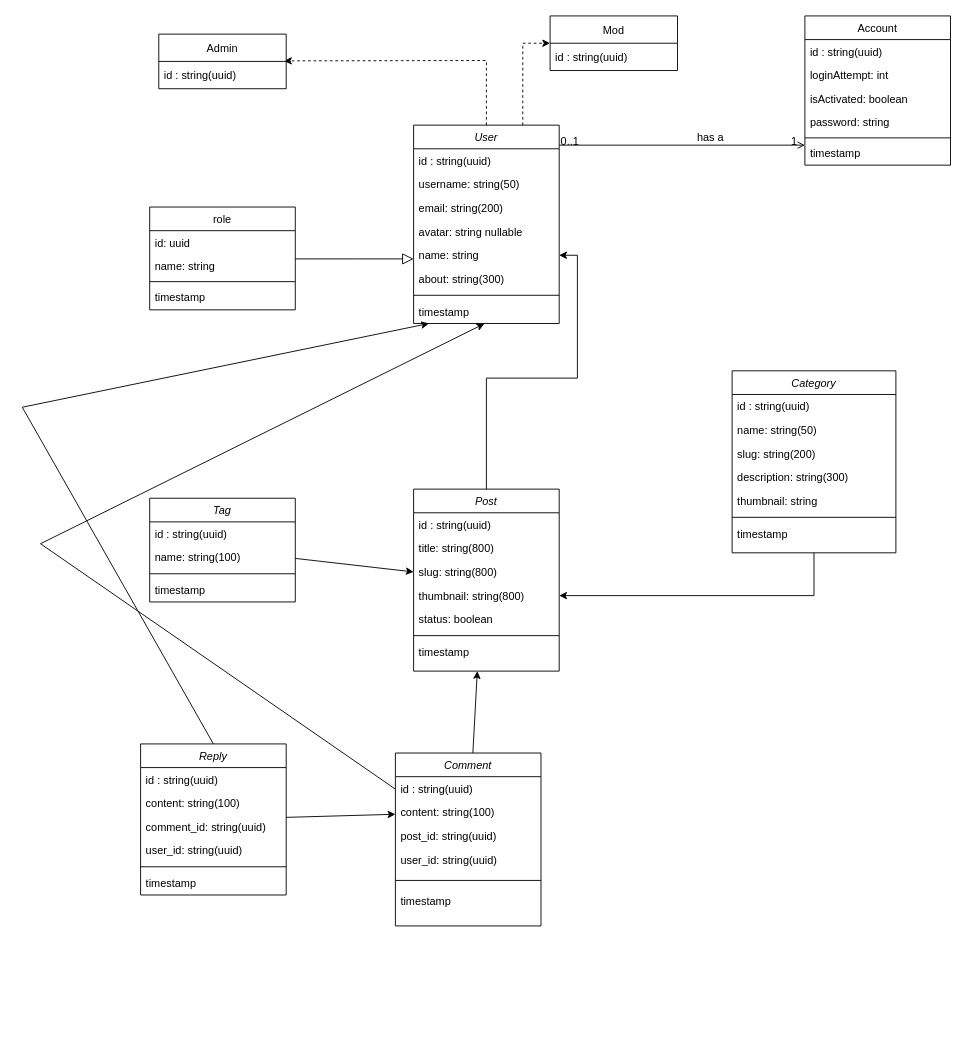
Earlier version of the draw.io diagram Tan_Blog.drawio (Spectrum184/tan_blog). Source tidied: cells renumbered, new cells numbered last; positions are measured from the earlier drawing's top-left corner, leaving out a move shared by most shapes. Both pictures are drawn from the tidied source at 91%, with x=0, y=0 at pixel (22, 15).
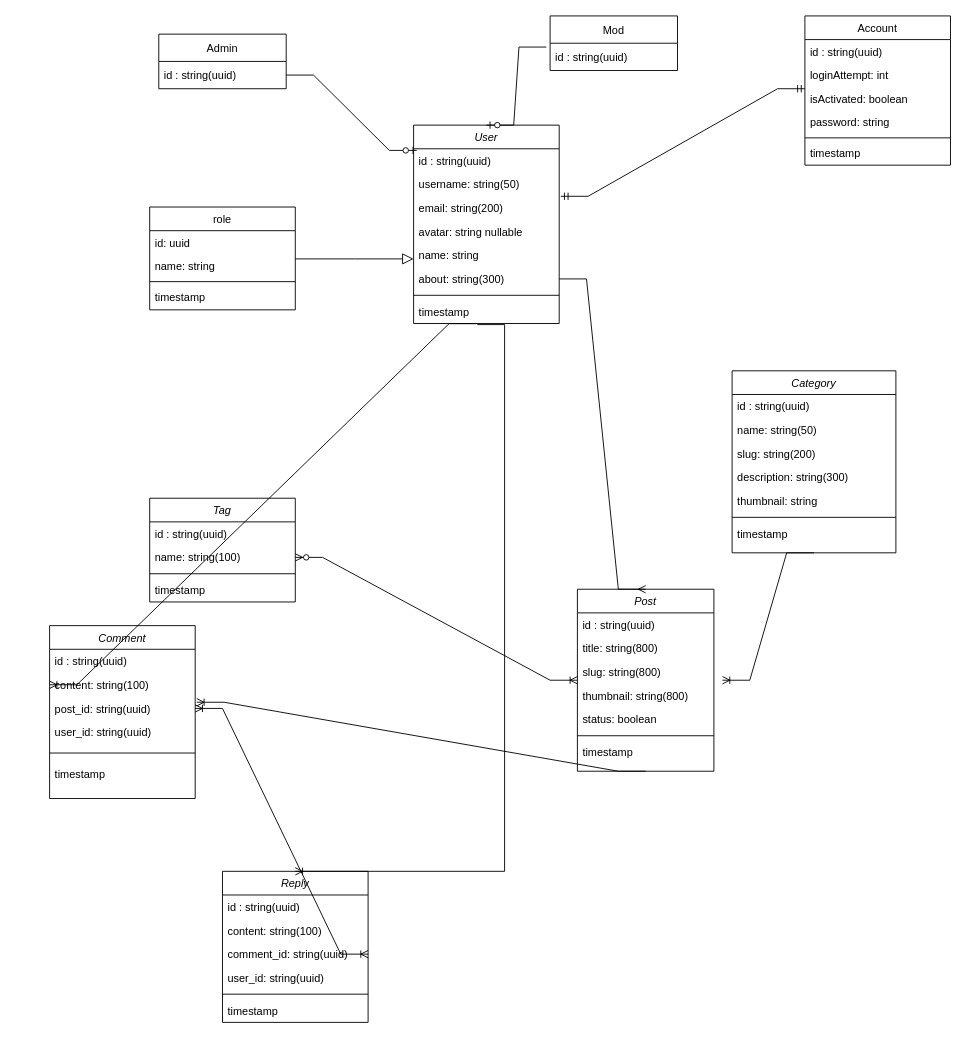
After the change.

Commit message:
refactor relation line

Unchanged cells that the change refers to:
```xml
<mxCell id="9" value="User" style="swimlane;fontStyle=2;align=center;verticalAlign=top;horizontal=1;startSize=26;rounded=0;shadow=0;strokeWidth=1;" parent="1" vertex="1">
  <mxGeometry x="430" y="120" width="160" height="218" as="geometry" />
</mxCell>
<mxCell id="10" value="id : string(uuid)   " style="text;align=left;verticalAlign=top;spacingLeft=4;spacingRight=4;overflow=hidden;points=[[0,0.5],[1,0.5]];portConstraint=eastwest;" parent="9" vertex="1">
  <mxGeometry y="26" width="160" height="26" as="geometry" />
</mxCell>
<mxCell id="12" value="email: string(200)" style="text;align=left;verticalAlign=top;spacingLeft=4;spacingRight=4;overflow=hidden;points=[[0,0.5],[1,0.5]];portConstraint=eastwest;rounded=0;shadow=0;html=0;" parent="9" vertex="1">
  <mxGeometry y="78" width="160" height="26" as="geometry" />
</mxCell>
<mxCell id="14" value="name: string" style="text;align=left;verticalAlign=top;spacingLeft=4;spacingRight=4;overflow=hidden;points=[[0,0.5],[1,0.5]];portConstraint=eastwest;rounded=0;shadow=0;html=0;" parent="9" vertex="1">
  <mxGeometry y="130" width="160" height="26" as="geometry" />
</mxCell>
<mxCell id="15" value="about: string(300)" style="text;align=left;verticalAlign=top;spacingLeft=4;spacingRight=4;overflow=hidden;points=[[0,0.5],[1,0.5]];portConstraint=eastwest;rounded=0;shadow=0;html=0;" parent="9" vertex="1">
  <mxGeometry y="156" width="160" height="26" as="geometry" />
</mxCell>
<mxCell id="17" value="timestamp" style="text;align=left;verticalAlign=top;spacingLeft=4;spacingRight=4;overflow=hidden;points=[[0,0.5],[1,0.5]];portConstraint=eastwest;rounded=0;shadow=0;html=0;" parent="9" vertex="1">
  <mxGeometry y="192" width="160" height="26" as="geometry" />
</mxCell>
<mxCell id="19" value="Account" style="swimlane;fontStyle=0;align=center;verticalAlign=top;horizontal=1;startSize=26;rounded=0;shadow=0;strokeWidth=1;" parent="1" vertex="1">
  <mxGeometry x="860" width="160" height="164" as="geometry" />
</mxCell>
<mxCell id="31" value="id : string(uuid)   " style="text;strokeColor=none;fillColor=none;align=left;verticalAlign=middle;spacingLeft=4;spacingRight=4;overflow=hidden;points=[[0,0.5],[1,0.5]];portConstraint=eastwest;" parent="30" vertex="1">
  <mxGeometry y="30" width="140" height="30" as="geometry" />
</mxCell>
<mxCell id="32" value="Mod" style="swimlane;fontStyle=0;horizontal=1;startSize=30;" parent="1" vertex="1">
  <mxGeometry x="580" width="140" height="60" as="geometry" />
</mxCell>
<mxCell id="33" value="id : string(uuid)   " style="text;strokeColor=none;fillColor=none;align=left;verticalAlign=middle;spacingLeft=4;spacingRight=4;overflow=hidden;points=[[0,0.5],[1,0.5]];portConstraint=eastwest;" parent="32" vertex="1">
  <mxGeometry y="30" width="140" height="30" as="geometry" />
</mxCell>
<mxCell id="44" value="Category" style="swimlane;fontStyle=2;align=center;verticalAlign=top;horizontal=1;startSize=26;rounded=0;shadow=0;strokeWidth=1;" parent="1" vertex="1">
  <mxGeometry x="780" y="390" width="180" height="200" as="geometry" />
</mxCell>
<mxCell id="53" value="Tag" style="swimlane;fontStyle=2;align=center;verticalAlign=top;horizontal=1;startSize=26;rounded=0;shadow=0;strokeWidth=1;" parent="1" vertex="1">
  <mxGeometry x="140" y="530" width="160" height="114" as="geometry" />
</mxCell>
<mxCell id="55" value="name: string(100)" style="text;align=left;verticalAlign=top;spacingLeft=4;spacingRight=4;overflow=hidden;points=[[0,0.5],[1,0.5]];portConstraint=eastwest;rounded=0;shadow=0;html=0;" parent="53" vertex="1">
  <mxGeometry y="52" width="160" height="26" as="geometry" />
</mxCell>
<mxCell id="62" value="content: string(100)" style="text;align=left;verticalAlign=top;spacingLeft=4;spacingRight=4;overflow=hidden;points=[[0,0.5],[1,0.5]];portConstraint=eastwest;rounded=0;shadow=0;html=0;" parent="60" vertex="1">
  <mxGeometry y="52" width="160" height="26" as="geometry" />
</mxCell>
<mxCell id="63" value="post_id: string(uuid)" style="text;align=left;verticalAlign=top;spacingLeft=4;spacingRight=4;overflow=hidden;points=[[0,0.5],[1,0.5]];portConstraint=eastwest;rounded=0;shadow=0;html=0;" parent="60" vertex="1">
  <mxGeometry y="78" width="160" height="26" as="geometry" />
</mxCell>
<mxCell id="72" value="comment_id: string(uuid)" style="text;align=left;verticalAlign=top;spacingLeft=4;spacingRight=4;overflow=hidden;points=[[0,0.5],[1,0.5]];portConstraint=eastwest;rounded=0;shadow=0;html=0;" parent="69" vertex="1">
  <mxGeometry y="78" width="160" height="26" as="geometry" />
</mxCell>
```

Diff of the diagram source:
```diff
@@
-    <mxCell id="7" style="edgeStyle=none;rounded=0;jettySize=auto;html=1;dashed=1;entryX=0.983;entryY=-0.02;entryDx=0;entryDy=0;entryPerimeter=0;" parent="1" edge="1" source="9" target="31">
-      <mxGeometry relative="1" as="geometry">
-        <Array as="points">
-          <mxPoint x="510" y="49" />
-        </Array>
-      </mxGeometry>
-    </mxCell>
-    <mxCell id="8" style="edgeStyle=none;rounded=0;jettySize=auto;html=1;exitX=0.75;exitY=0;exitDx=0;exitDy=0;entryX=0;entryY=0.5;entryDx=0;entryDy=0;dashed=1;" parent="1" edge="1" source="9" target="32">
-      <mxGeometry relative="1" as="geometry">
-        <Array as="points">
-          <mxPoint x="550" y="30" />
-        </Array>
-      </mxGeometry>
-    </mxCell>
@@
-    <mxCell id="26" style="endArrow=open;shadow=0;strokeWidth=1;rounded=0;endFill=1;edgeStyle=elbowEdgeStyle;elbow=vertical;" parent="1" edge="1" source="9" target="19">
-      <mxGeometry x="0.5" y="41" relative="1" as="geometry">
-        <mxPoint x="-40" y="32" as="offset" />
-      </mxGeometry>
-    </mxCell>
-    <mxCell id="27" value="0..1" style="align=left;verticalAlign=bottom;labelBackgroundColor=none;fontSize=12;" parent="26" vertex="1">
-      <mxGeometry x="-1" relative="1" as="geometry">
-        <mxPoint y="4" as="offset" />
-      </mxGeometry>
-    </mxCell>
-    <mxCell id="28" value="1" style="align=right;verticalAlign=bottom;labelBackgroundColor=none;fontSize=12;" parent="26" vertex="1">
-      <mxGeometry x="1" relative="1" as="geometry">
-        <mxPoint x="-7" y="4" as="offset" />
-      </mxGeometry>
-    </mxCell>
-    <mxCell id="29" value="has a" style="text;html=1;align=center;verticalAlign=middle;labelBackgroundColor=none;rounded=0;shadow=0;strokeWidth=1;fontSize=12;" parent="26" vertex="1">
-      <mxGeometry x="0.5" y="49" relative="1" as="geometry">
-        <mxPoint x="-38" y="40" as="offset" />
-      </mxGeometry>
-    </mxCell>
@@
-    <mxCell id="34" style="edgeStyle=orthogonalEdgeStyle;rounded=0;jettySize=auto;html=1;entryX=1;entryY=0.5;entryDx=0;entryDy=0;" parent="1" edge="1" source="35" target="14">
-      <mxGeometry relative="1" as="geometry" />
-    </mxCell>
     <mxCell id="35" value="Post" style="swimlane;fontStyle=2;align=center;verticalAlign=top;horizontal=1;startSize=26;rounded=0;shadow=0;strokeWidth=1;" parent="1" vertex="1">
-      <mxGeometry x="430" y="520" width="160" height="200" as="geometry" />
+      <mxGeometry x="610" y="630" width="150" height="200" as="geometry" />
     </mxCell>
     <mxCell id="36" value="id : string(uuid)   " style="text;align=left;verticalAlign=top;spacingLeft=4;spacingRight=4;overflow=hidden;" parent="35" vertex="1">
-      <mxGeometry y="26" width="160" height="26" as="geometry" />
+      <mxGeometry y="26" width="150" height="26" as="geometry" />
     </mxCell>
     <mxCell id="37" value="title: string(800)" style="text;align=left;verticalAlign=top;spacingLeft=4;spacingRight=4;overflow=hidden;rounded=0;shadow=0;html=0;" parent="35" vertex="1">
-      <mxGeometry y="52" width="160" height="26" as="geometry" />
+      <mxGeometry y="52" width="150" height="26" as="geometry" />
     </mxCell>
     <mxCell id="38" value="slug: string(800)" style="text;align=left;verticalAlign=top;spacingLeft=4;spacingRight=4;overflow=hidden;points=[[0,0.5],[1,0.5]];portConstraint=eastwest;rounded=0;shadow=0;html=0;" parent="35" vertex="1">
-      <mxGeometry y="78" width="160" height="26" as="geometry" />
+      <mxGeometry y="78" width="150" height="26" as="geometry" />
     </mxCell>
     <mxCell id="39" value="thumbnail: string(800)" style="text;align=left;verticalAlign=top;spacingLeft=4;spacingRight=4;overflow=hidden;points=[[0,0.5],[1,0.5]];portConstraint=eastwest;rounded=0;shadow=0;html=0;" parent="35" vertex="1">
-      <mxGeometry y="104" width="160" height="26" as="geometry" />
+      <mxGeometry y="104" width="150" height="26" as="geometry" />
     </mxCell>
     <mxCell id="40" value="status: boolean" style="text;align=left;verticalAlign=top;spacingLeft=4;spacingRight=4;overflow=hidden;rounded=0;shadow=0;html=0;" parent="35" vertex="1">
-      <mxGeometry y="130" width="160" height="26" as="geometry" />
+      <mxGeometry y="130" width="150" height="26" as="geometry" />
     </mxCell>
     <mxCell id="41" style="line;html=1;strokeWidth=1;align=left;verticalAlign=middle;spacingTop=-1;spacingLeft=3;spacingRight=3;labelPosition=right;" parent="35" vertex="1">
-      <mxGeometry y="156" width="160" height="10" as="geometry" />
+      <mxGeometry y="156" width="150" height="10" as="geometry" />
     </mxCell>
     <mxCell id="42" value="timestamp" style="text;align=left;verticalAlign=top;spacingLeft=4;spacingRight=4;overflow=hidden;rounded=0;shadow=0;html=0;" parent="35" vertex="1">
-      <mxGeometry y="166" width="160" height="26" as="geometry" />
+      <mxGeometry y="166" width="150" height="26" as="geometry" />
     </mxCell>
-    <mxCell id="43" style="edgeStyle=orthogonalEdgeStyle;rounded=0;jettySize=auto;html=1;entryX=1;entryY=0.5;entryDx=0;entryDy=0;" parent="1" edge="1" source="44" target="39">
-      <mxGeometry relative="1" as="geometry" />
-    </mxCell>
@@
-    <mxCell id="52" style="edgeStyle=none;rounded=0;jettySize=auto;html=1;entryX=0;entryY=0.5;entryDx=0;entryDy=0;" parent="1" edge="1" source="53" target="38">
-      <mxGeometry relative="1" as="geometry" />
-    </mxCell>
@@
-    <mxCell id="58" style="edgeStyle=none;rounded=0;jettySize=auto;html=1;entryX=0.486;entryY=1.008;entryDx=0;entryDy=0;entryPerimeter=0;" parent="1" edge="1" source="60" target="17">
-      <mxGeometry relative="1" as="geometry">
-        <Array as="points">
-          <mxPoint x="20" y="580" />
-        </Array>
-      </mxGeometry>
-    </mxCell>
-    <mxCell id="59" style="edgeStyle=none;rounded=0;jettySize=auto;html=1;" parent="1" edge="1" source="60">
-      <mxGeometry relative="1" as="geometry">
-        <mxPoint x="500" y="720" as="targetPoint" />
-      </mxGeometry>
-    </mxCell>
     <mxCell id="60" value="Comment" style="swimlane;fontStyle=2;align=center;verticalAlign=top;horizontal=1;startSize=26;rounded=0;shadow=0;strokeWidth=1;" parent="1" vertex="1">
-      <mxGeometry x="410" y="810" width="160" height="190" as="geometry" />
+      <mxGeometry x="30" y="670" width="160" height="190" as="geometry" />
     </mxCell>
@@
-    <mxCell id="67" style="rounded=0;jettySize=auto;html=1;" parent="1" edge="1" source="69" target="62">
-      <mxGeometry relative="1" as="geometry" />
-    </mxCell>
-    <mxCell id="68" style="edgeStyle=none;rounded=0;jettySize=auto;html=1;exitX=0.5;exitY=0;exitDx=0;exitDy=0;" parent="1" edge="1" source="69" target="17">
-      <mxGeometry relative="1" as="geometry">
-        <Array as="points">
-          <mxPoint y="430" />
-        </Array>
-      </mxGeometry>
-    </mxCell>
     <mxCell id="69" value="Reply" style="swimlane;fontStyle=2;align=center;verticalAlign=top;horizontal=1;startSize=26;rounded=0;shadow=0;strokeWidth=1;" parent="1" vertex="1">
-      <mxGeometry x="130" y="800" width="160" height="166" as="geometry" />
+      <mxGeometry x="220" y="940" width="160" height="166" as="geometry" />
     </mxCell>
@@
+    <mxCell id="76" style="edgeStyle=entityRelationEdgeStyle;fontSize=12;html=1;endArrow=ERoneToMany;startArrow=ERoneToMany;rounded=0;exitX=1;exitY=0.5;exitDx=0;exitDy=0;entryX=1;entryY=0.5;entryDx=0;entryDy=0;" parent="1" edge="1" source="72" target="63">
+      <mxGeometry relative="1" as="geometry" />
+    </mxCell>
+    <mxCell id="77" style="edgeStyle=entityRelationEdgeStyle;fontSize=12;html=1;endArrow=ERoneToMany;rounded=0;entryX=0.5;entryY=0;entryDx=0;entryDy=0;" parent="1" edge="1" target="69">
+      <mxGeometry relative="1" as="geometry">
+        <mxPoint x="500" y="339.2" as="sourcePoint" />
+      </mxGeometry>
+    </mxCell>
+    <mxCell id="78" style="edgeStyle=entityRelationEdgeStyle;fontSize=12;html=1;endArrow=ERoneToMany;rounded=0;exitX=0.431;exitY=1.008;exitDx=0;exitDy=0;exitPerimeter=0;entryX=0;entryY=0.5;entryDx=0;entryDy=0;" parent="1" edge="1" source="17" target="62">
+      <mxGeometry relative="1" as="geometry" />
+    </mxCell>
+    <mxCell id="79" style="edgeStyle=entityRelationEdgeStyle;fontSize=12;html=1;endArrow=ERoneToMany;rounded=0;exitX=0.5;exitY=1;exitDx=0;exitDy=0;entryX=1.011;entryY=0.238;entryDx=0;entryDy=0;entryPerimeter=0;" parent="1" edge="1" source="35" target="63">
+      <mxGeometry relative="1" as="geometry" />
+    </mxCell>
+    <mxCell id="80" style="edgeStyle=entityRelationEdgeStyle;fontSize=12;html=1;endArrow=ERoneToMany;startArrow=ERzeroToMany;rounded=0;entryX=0;entryY=0.846;entryDx=0;entryDy=0;entryPerimeter=0;exitX=1;exitY=0.5;exitDx=0;exitDy=0;" parent="1" edge="1" source="55" target="38">
+      <mxGeometry relative="1" as="geometry" />
+    </mxCell>
+    <mxCell id="43" style="edgeStyle=entityRelationEdgeStyle;fontSize=12;html=1;endArrow=ERoneToMany;rounded=0;exitX=0.5;exitY=1;exitDx=0;exitDy=0;entryX=1.063;entryY=-0.154;entryDx=0;entryDy=0;entryPerimeter=0;" parent="1" edge="1" source="44" target="39">
+      <mxGeometry relative="1" as="geometry" />
+    </mxCell>
+    <mxCell id="81" style="edgeStyle=entityRelationEdgeStyle;fontSize=12;html=1;endArrow=ERmany;rounded=0;exitX=1;exitY=0.5;exitDx=0;exitDy=0;entryX=0.5;entryY=0;entryDx=0;entryDy=0;" parent="1" edge="1" source="15" target="35">
+      <mxGeometry relative="1" as="geometry" />
+    </mxCell>
+    <mxCell id="82" style="edgeStyle=entityRelationEdgeStyle;fontSize=12;html=1;endArrow=ERzeroToOne;endFill=1;rounded=0;exitX=1;exitY=0.5;exitDx=0;exitDy=0;entryX=0.021;entryY=0.069;entryDx=0;entryDy=0;entryPerimeter=0;" parent="1" edge="1" source="31" target="10">
+      <mxGeometry relative="1" as="geometry" />
+    </mxCell>
+    <mxCell id="83" style="edgeStyle=entityRelationEdgeStyle;fontSize=12;html=1;endArrow=ERzeroToOne;endFill=1;rounded=0;exitX=-0.03;exitY=0.14;exitDx=0;exitDy=0;exitPerimeter=0;entryX=0.5;entryY=0;entryDx=0;entryDy=0;" parent="1" edge="1" source="33" target="9">
+      <mxGeometry relative="1" as="geometry" />
+    </mxCell>
+    <mxCell id="84" style="edgeStyle=entityRelationEdgeStyle;fontSize=12;html=1;endArrow=ERmandOne;startArrow=ERmandOne;rounded=0;exitX=1.011;exitY=0.008;exitDx=0;exitDy=0;exitPerimeter=0;" parent="1" edge="1" source="12">
+      <mxGeometry relative="1" as="geometry">
+        <mxPoint x="860" y="80" as="targetPoint" />
+      </mxGeometry>
+    </mxCell>
```
